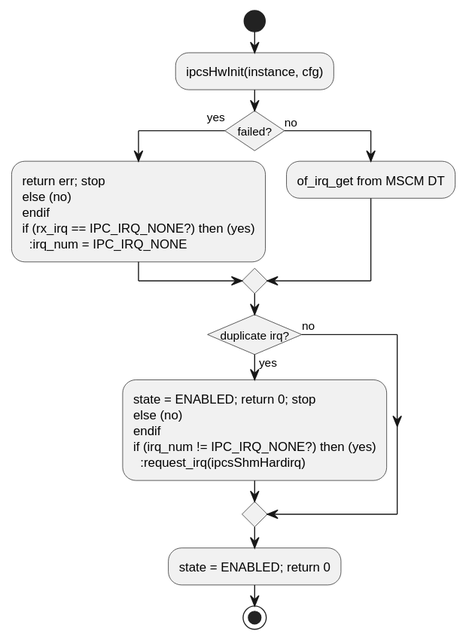
The PlantUML diagram c1_sdd_linux-ipcs/cursor_tmp/flow_svgs/linux_6_5_18_ipcsCdevOsInit.svg in Mastang1/sad_sdd_proj, before a commit.
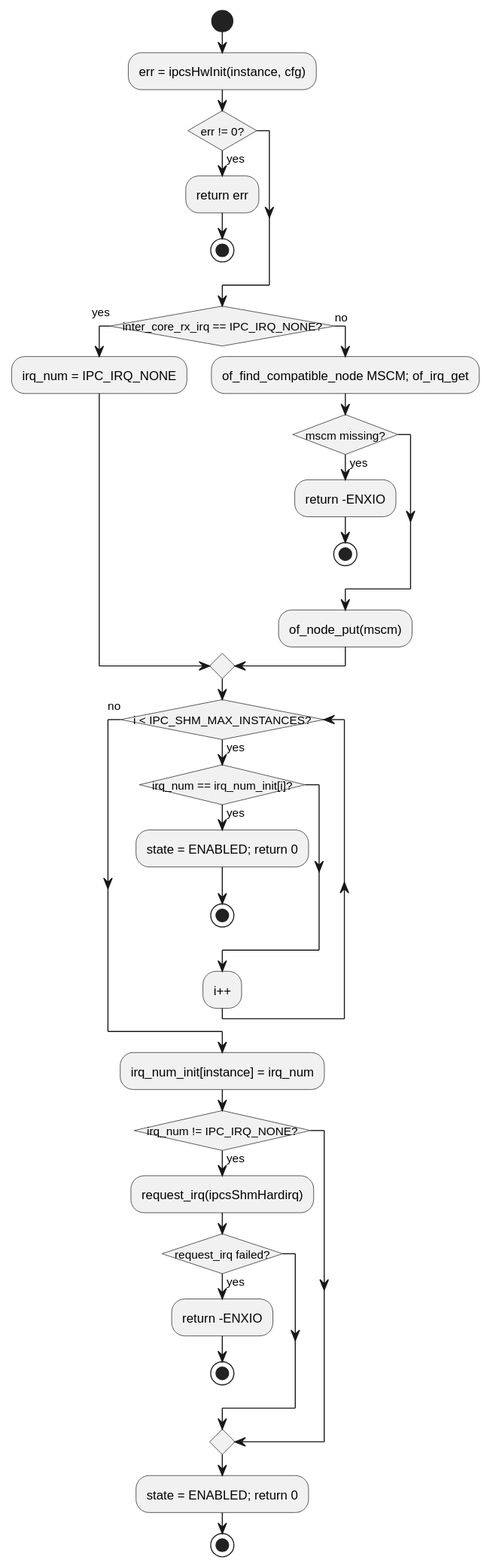
Later version of the same file.

Diff of the diagram source:
```diff
@@ -3,23 +3,35 @@
 skinparam conditionStyle insideDiamond
 skinparam linetype ortho
 start
-:ipcsHwInit(instance, cfg);
-if (failed?) then (yes)
-  :return err; stop
-else (no)
+:err = ipcsHwInit(instance, cfg);
+if (err != 0?) then (yes)
+  :return err;
+  stop
 endif
-if (rx_irq == IPC_IRQ_NONE?) then (yes)
+if (inter_core_rx_irq == IPC_IRQ_NONE?) then (yes)
   :irq_num = IPC_IRQ_NONE;
 else (no)
-  :of_irq_get from MSCM DT;
+  :of_find_compatible_node MSCM; of_irq_get;
+  if (mscm missing?) then (yes)
+    :return -ENXIO;
+    stop
+  endif
+  :of_node_put(mscm);
 endif
-if (duplicate irq?) then (yes)
-  :state = ENABLED; return 0; stop
-else (no)
-endif
+while (i < IPC_SHM_MAX_INSTANCES?) is (yes)
+  if (irq_num == irq_num_init[i]?) then (yes)
+    :state = ENABLED; return 0;
+    stop
+  endif
+  :i++;
+endwhile (no)
+:irq_num_init[instance] = irq_num;
 if (irq_num != IPC_IRQ_NONE?) then (yes)
   :request_irq(ipcsShmHardirq);
-else (no)
+  if (request_irq failed?) then (yes)
+    :return -ENXIO;
+    stop
+  endif
 endif
 :state = ENABLED; return 0;
 stop
```
